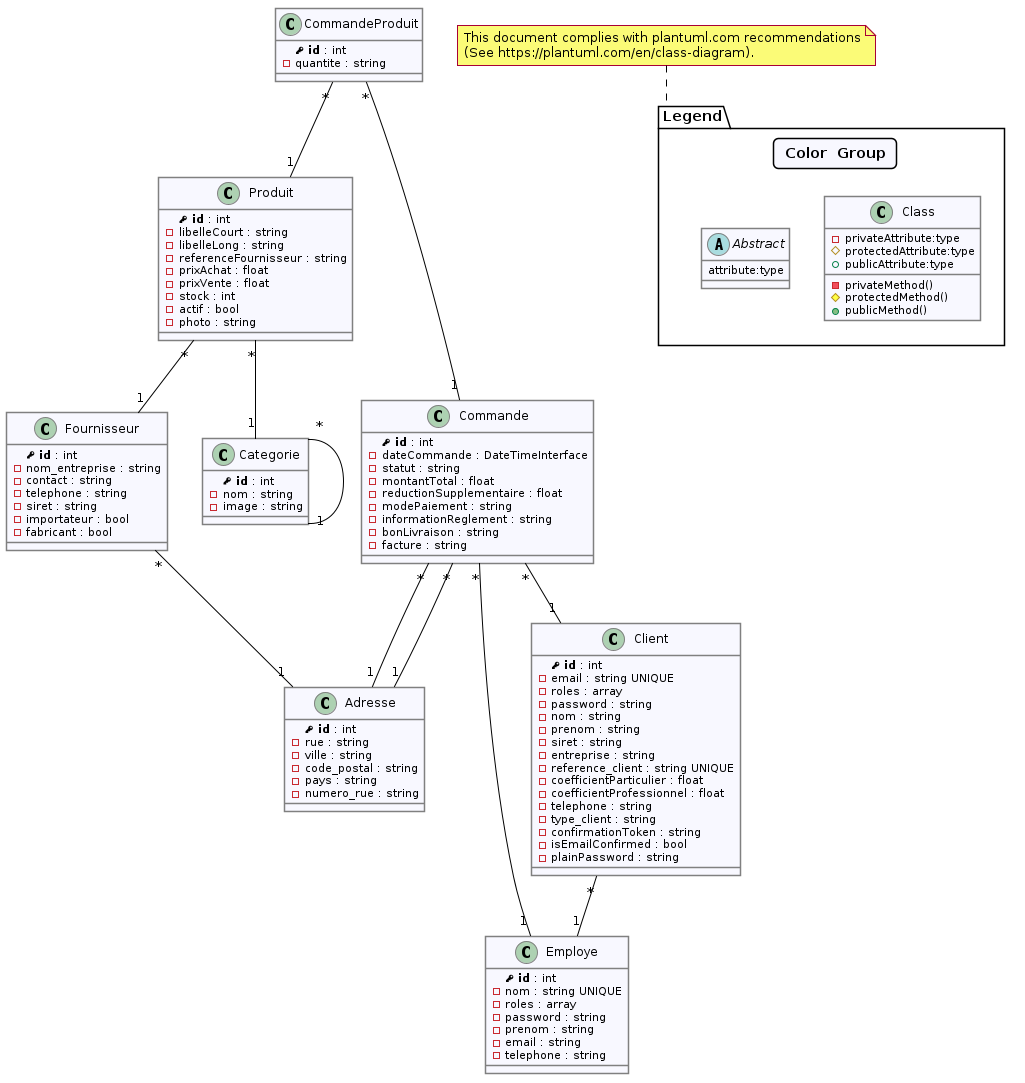
Earlier version of the PlantUML export classes.png (clemence95/villagegreen). Its source is kept beside it as classes.puml.
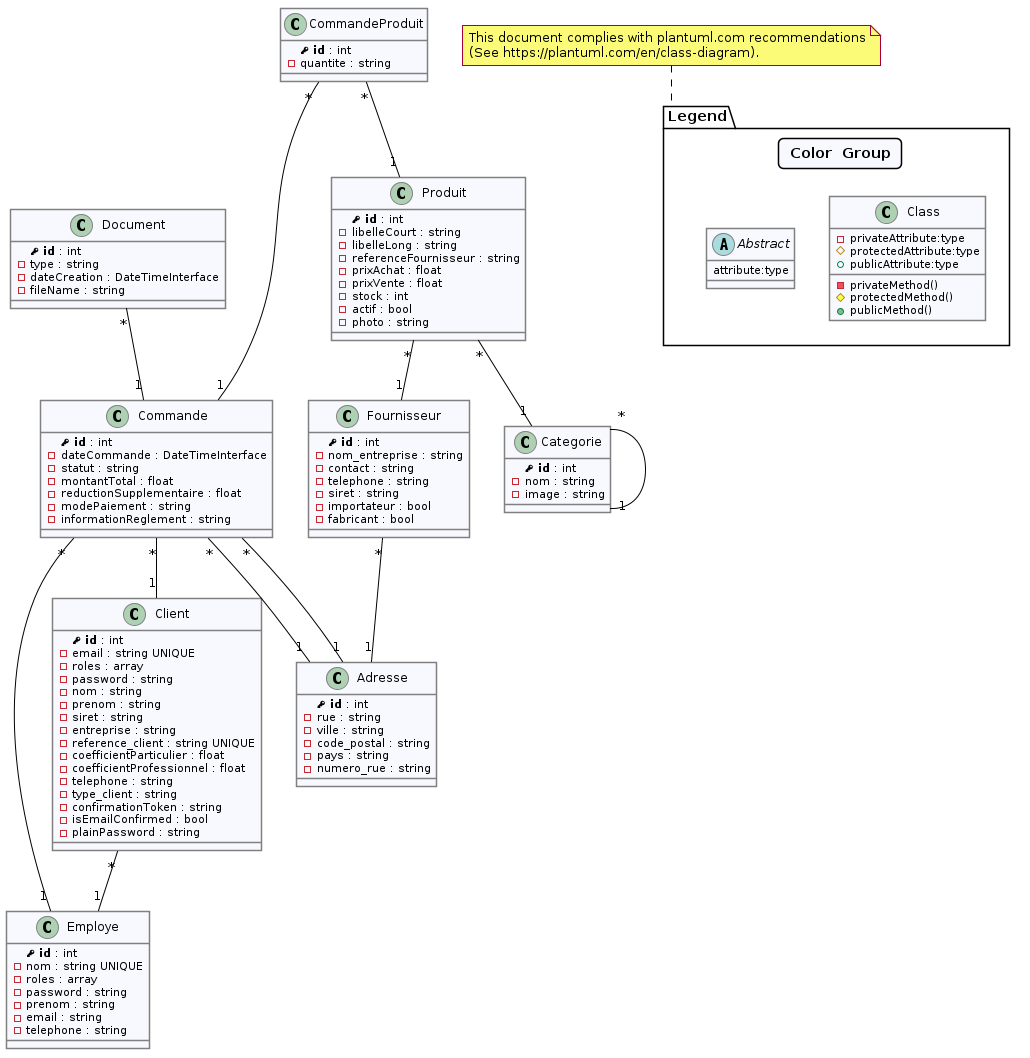
Above is the later version.

Diff of the diagram source:
```diff
@@ -82,6 +82,13 @@
   -plainPassword : string
 }
 
+class Document {
+  primary_key( id ) : int
+  -type : string
+  -dateCreation : DateTimeInterface
+  -fileName : string
+}
+
 class CommandeProduit {
   primary_key( id ) : int
   -quantite : string
@@ -95,8 +102,6 @@
   -reductionSupplementaire : float
   -modePaiement : string
   -informationReglement : string
-  -bonLivraison : string
-  -facture : string
 }
 
 Produit "*" -- "1" Categorie
@@ -104,6 +109,7 @@
 Fournisseur "*" -- "1" Adresse
 Categorie "*" -- "1" Categorie
 Client "*" -- "1" Employe
+Document "*" -- "1" Commande
 CommandeProduit "*" -- "1" Commande
 CommandeProduit "*" -- "1" Produit
 Commande "*" -- "1" Adresse
```
